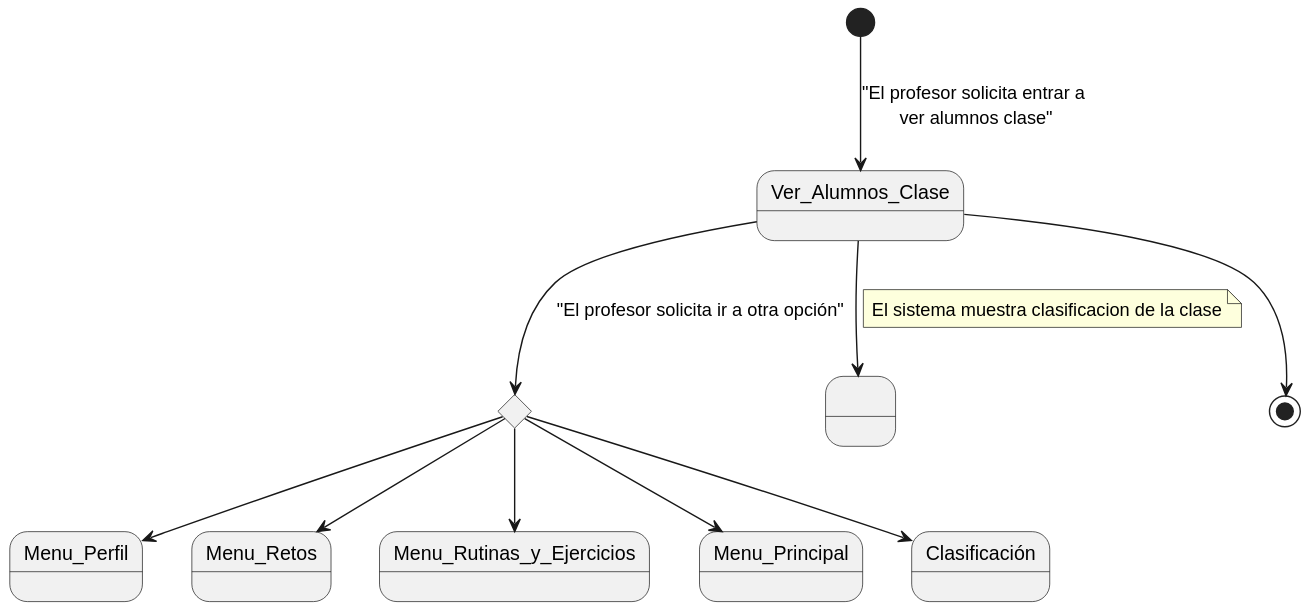
This is Documentos/Imagenes/DetallarCasosDeUso/Profesor/Ver_Alumnos_Clase.svg from mmasias/24-25-IdSw1-SDR, a PlantUML export, as it was before one commit. Its diagram source:
```plantuml
@startuml
state Ver_Alumnos_Clase
state rombo2 <<choice>>

state Menu_Perfil
state Menu_Retos
state Menu_Rutinas_y_Ejercicios
state Menu_Principal
state Clasificación

[*] --> Ver_Alumnos_Clase : "El profesor solicita entrar a\n ver alumnos clase"

state " " as Estado1

Ver_Alumnos_Clase --> Estado1
note on link
El sistema muestra clasificacion de la clase
end note



Ver_Alumnos_Clase --> rombo2 : "El profesor solicita ir a otra opción"
rombo2 --> Menu_Perfil
rombo2 --> Menu_Retos
rombo2 --> Menu_Rutinas_y_Ejercicios
rombo2 --> Menu_Principal
rombo2 --> Clasificación
Ver_Alumnos_Clase-->[*]
@enduml
```
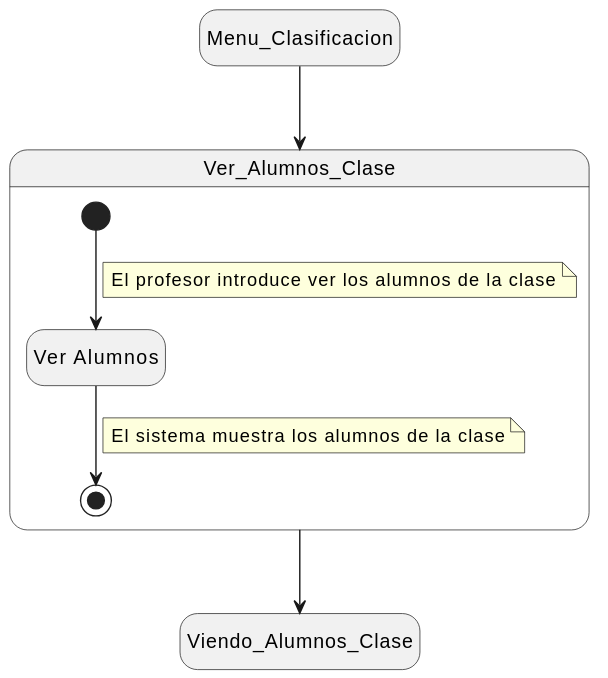
After the commit.

Commit message:
Ver Alumnos Clase

The edit, as a diff of the source:
```diff
@@ -1,29 +1,21 @@
 @startuml
-state Ver_Alumnos_Clase
-state rombo2 <<choice>>
+hide empty description
 
-state Menu_Perfil
-state Menu_Retos
-state Menu_Rutinas_y_Ejercicios
-state Menu_Principal
-state Clasificación
+state Menu_Clasificacion
+state Viendo_Alumnos_Clase
 
-[*] --> Ver_Alumnos_Clase : "El profesor solicita entrar a\n ver alumnos clase"
+state Ver_Alumnos_Clase {
+  state Ver_Alumnos as "Ver Alumnos"
+  [*] --> Ver_Alumnos
+  note on link
+    El profesor introduce ver los alumnos de la clase
+  end note
+    Ver_Alumnos --> [*]
+    note on link
+    El sistema muestra los alumnos de la clase
+    end note
+}
 
-state " " as Estado1
-
-Ver_Alumnos_Clase --> Estado1
-note on link
-El sistema muestra clasificacion de la clase
-end note
-
-
-
-Ver_Alumnos_Clase --> rombo2 : "El profesor solicita ir a otra opción"
-rombo2 --> Menu_Perfil
-rombo2 --> Menu_Retos
-rombo2 --> Menu_Rutinas_y_Ejercicios
-rombo2 --> Menu_Principal
-rombo2 --> Clasificación
-Ver_Alumnos_Clase-->[*]
+Menu_Clasificacion --> Ver_Alumnos_Clase
+Ver_Alumnos_Clase --> Viendo_Alumnos_Clase
 @enduml
```
